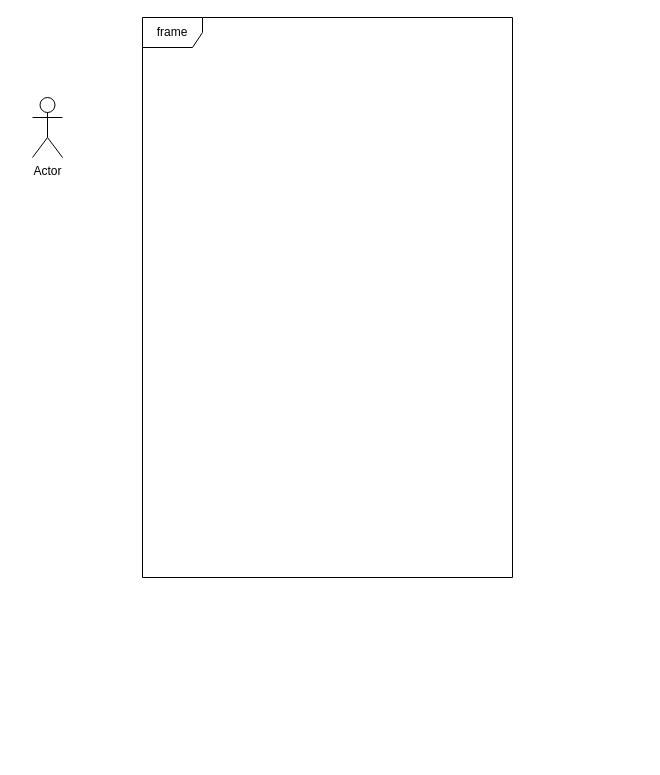
The draw.io diagram page "Page-1" (1 of 3) of mwo_lokalni_app.drawio in Haltie13/lokalni_app, before the edit. Source tidied: cells renumbered, new cells numbered last; positions are measured from the earlier drawing's top-left corner, leaving out a move shared by most shapes. Both pictures are drawn from the tidied source at 100%, with x=0, y=0 at pixel (32, 17).
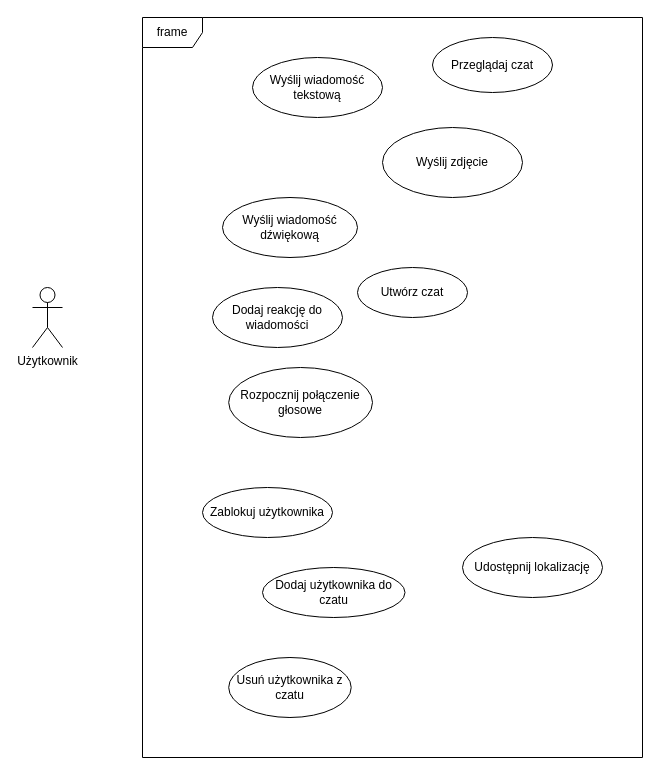
The same page after the edit.

Change to the diagram source:
```diff
@@
 <mxGraphModel>
   <root>
     <mxCell id="0" />
     <mxCell id="1" parent="0" />
     <mxCell id="2" value="frame" style="shape=umlFrame;whiteSpace=wrap;html=1;" parent="1" vertex="1">
-      <mxGeometry x="110" width="370" height="560" as="geometry" />
+      <mxGeometry x="110" width="500" height="740" as="geometry" />
     </mxCell>
-    <mxCell id="3" value="Actor" style="shape=umlActor;verticalLabelPosition=bottom;verticalAlign=top;html=1;" parent="1" vertex="1">
-      <mxGeometry y="80" width="30" height="60" as="geometry" />
+    <mxCell id="3" value="Użytkownik" style="shape=umlActor;verticalLabelPosition=bottom;verticalAlign=top;html=1;" parent="1" vertex="1">
+      <mxGeometry y="270" width="30" height="60" as="geometry" />
     </mxCell>
+    <mxCell id="4" value="Zablokuj użytkownika" style="ellipse;whiteSpace=wrap;html=1;" parent="1" vertex="1">
+      <mxGeometry x="170" y="470" width="130" height="50" as="geometry" />
+    </mxCell>
+    <mxCell id="5" value="Dodaj użytkownika do czatu" style="ellipse;whiteSpace=wrap;html=1;" parent="1" vertex="1">
+      <mxGeometry x="230" y="550" width="142.5" height="50" as="geometry" />
+    </mxCell>
+    <mxCell id="6" value="Usuń użytkownika z czatu" style="ellipse;whiteSpace=wrap;html=1;" parent="1" vertex="1">
+      <mxGeometry x="196.2" y="640" width="122.5" height="60" as="geometry" />
+    </mxCell>
+    <mxCell id="7" value="Udostępnij lokalizację" style="ellipse;whiteSpace=wrap;html=1;" parent="1" vertex="1">
+      <mxGeometry x="430" y="520" width="140" height="60" as="geometry" />
+    </mxCell>
+    <mxCell id="8" value="Przeglądaj czat" style="ellipse;whiteSpace=wrap;html=1;" parent="1" vertex="1">
+      <mxGeometry x="400" y="20" width="120" height="55" as="geometry" />
+    </mxCell>
+    <mxCell id="9" value="Wyślij wiadomość tekstową" style="ellipse;whiteSpace=wrap;html=1;" parent="1" vertex="1">
+      <mxGeometry x="220" y="40" width="130" height="60" as="geometry" />
+    </mxCell>
+    <mxCell id="10" value="Wyślij zdjęcie" style="ellipse;whiteSpace=wrap;html=1;" parent="1" vertex="1">
+      <mxGeometry x="350" y="110" width="140" height="70" as="geometry" />
+    </mxCell>
+    <mxCell id="11" value="Wyślij wiadomość dźwiękową" style="ellipse;whiteSpace=wrap;html=1;" parent="1" vertex="1">
+      <mxGeometry x="190" y="180" width="135" height="60" as="geometry" />
+    </mxCell>
+    <mxCell id="12" value="Utwórz czat" style="ellipse;whiteSpace=wrap;html=1;" parent="1" vertex="1">
+      <mxGeometry x="325" y="250" width="110" height="50" as="geometry" />
+    </mxCell>
+    <mxCell id="13" value="Dodaj reakcję do wiadomości" style="ellipse;whiteSpace=wrap;html=1;" parent="1" vertex="1">
+      <mxGeometry x="180" y="270" width="130" height="60" as="geometry" />
+    </mxCell>
+    <mxCell id="14" value="Rozpocznij połączenie głosowe" style="ellipse;whiteSpace=wrap;html=1;" parent="1" vertex="1">
+      <mxGeometry x="196.2" y="350" width="143.8" height="70" as="geometry" />
+    </mxCell>
   </root>
 </mxGraphModel>
```
